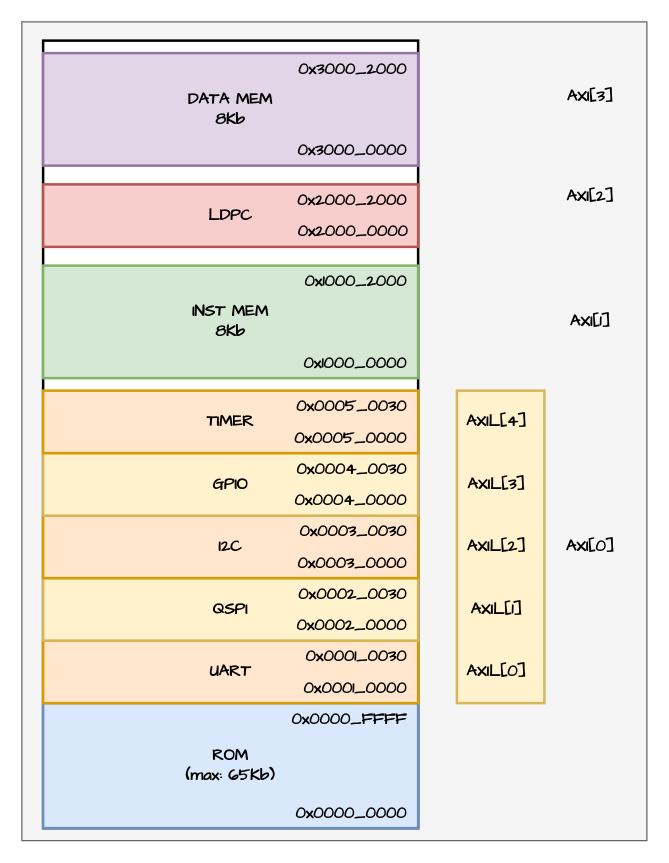
YEDITEPE-Sayisal-Tasarim-Toplulugu/7Yonga keeps this draw.io diagram as page "ADDR_MEMORY_MAP" (10 of 10) of tasarımlar/YONGA-TASARIM.drawio. Above is the earlier version. Source tidied: cells renumbered, new cells numbered last; positions are measured from the earlier drawing's top-left corner, leaving out a move shared by most shapes. Both pictures are drawn from the tidied source at 125%, with x=0, y=0 at pixel (21, 21).
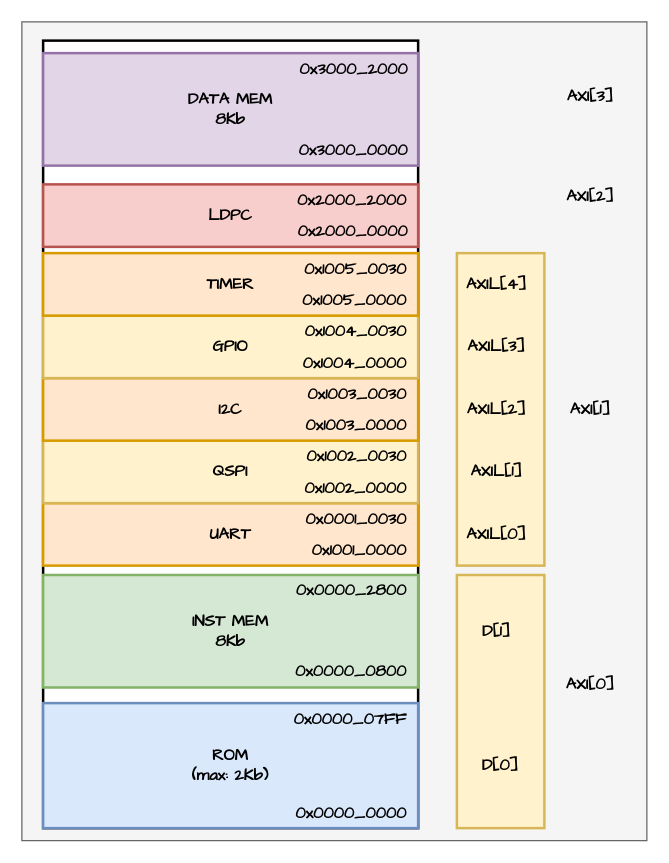
After the change.

Change to the diagram source:
```diff
@@
     <mxCell id="3" style="rounded=0;whiteSpace=wrap;html=1;strokeWidth=2;fontFamily=Comic Sans MS;fontSize=13;fontStyle=1;fillColor=#fff2cc;strokeColor=#d6b656;" parent="1" vertex="1">
-      <mxGeometry x="348" y="295" width="70" height="250" as="geometry" />
+      <mxGeometry x="348" y="185" width="70" height="250" as="geometry" />
     </mxCell>
@@
-    <mxCell id="5" value="ROM&lt;div&gt;(max: 65Kb)&lt;/div&gt;" style="rounded=0;whiteSpace=wrap;html=1;fontFamily=Comic Sans MS;fontSize=13;fontStyle=1;fillColor=#dae8fc;strokeColor=#6c8ebf;strokeWidth=2;" parent="1" vertex="1">
+    <mxCell id="5" value="ROM&lt;div&gt;(max: 2Kb)&lt;/div&gt;" style="rounded=0;whiteSpace=wrap;html=1;fontFamily=Comic Sans MS;fontSize=13;fontStyle=1;fillColor=#dae8fc;strokeColor=#6c8ebf;strokeWidth=2;" parent="1" vertex="1">
       <mxGeometry x="17" y="545" width="300" height="100" as="geometry" />
     </mxCell>
     <mxCell id="6" value="UART" style="rounded=0;whiteSpace=wrap;html=1;fontFamily=Comic Sans MS;fontSize=13;fontStyle=1;fillColor=#ffe6cc;strokeColor=#d79b00;strokeWidth=2;" parent="1" vertex="1">
-      <mxGeometry x="17" y="495" width="300" height="50" as="geometry" />
+      <mxGeometry x="17" y="385" width="300" height="50" as="geometry" />
     </mxCell>
     <mxCell id="7" value="QSPI" style="rounded=0;whiteSpace=wrap;html=1;fontFamily=Comic Sans MS;fontSize=13;fontStyle=1;fillColor=#fff2cc;strokeColor=#d6b656;strokeWidth=2;" parent="1" vertex="1">
-      <mxGeometry x="17" y="445" width="300" height="50" as="geometry" />
+      <mxGeometry x="17" y="335" width="300" height="50" as="geometry" />
     </mxCell>
     <mxCell id="8" value="I2C" style="rounded=0;whiteSpace=wrap;html=1;fontFamily=Comic Sans MS;fontSize=13;fontStyle=1;fillColor=#ffe6cc;strokeColor=#d79b00;strokeWidth=2;" parent="1" vertex="1">
-      <mxGeometry x="17" y="395" width="300" height="50" as="geometry" />
+      <mxGeometry x="17" y="285" width="300" height="50" as="geometry" />
     </mxCell>
     <mxCell id="9" value="GPIO" style="rounded=0;whiteSpace=wrap;html=1;fontFamily=Comic Sans MS;fontSize=13;fontStyle=1;fillColor=#fff2cc;strokeColor=#d6b656;strokeWidth=2;" parent="1" vertex="1">
-      <mxGeometry x="17" y="345" width="300" height="50" as="geometry" />
+      <mxGeometry x="17" y="235" width="300" height="50" as="geometry" />
     </mxCell>
     <mxCell id="10" value="TIMER" style="rounded=0;whiteSpace=wrap;html=1;fontFamily=Comic Sans MS;fontSize=13;fontStyle=1;fillColor=#ffe6cc;strokeColor=#d79b00;strokeWidth=2;" parent="1" vertex="1">
-      <mxGeometry x="17" y="295" width="300" height="50" as="geometry" />
+      <mxGeometry x="17" y="185" width="300" height="50" as="geometry" />
     </mxCell>
     <mxCell id="11" value="INST MEM&lt;div&gt;8Kb&lt;/div&gt;" style="rounded=0;whiteSpace=wrap;html=1;fontFamily=Comic Sans MS;fontSize=13;fontStyle=1;fillColor=#d5e8d4;strokeColor=#82b366;strokeWidth=2;" parent="1" vertex="1">
-      <mxGeometry x="17" y="195" width="300" height="90" as="geometry" />
+      <mxGeometry x="17" y="442.5" width="300" height="90" as="geometry" />
     </mxCell>
@@
     <mxCell id="13" value="0x0000_0000" style="text;html=1;align=right;verticalAlign=middle;whiteSpace=wrap;rounded=0;spacingTop=7;spacingBottom=7;spacingRight=6;fontFamily=Comic Sans MS;fontSize=13;fontStyle=1;strokeWidth=2;" parent="1" vertex="1">
-      <mxGeometry x="234" y="620" width="82" height="25" as="geometry" />
+      <mxGeometry x="212" y="620" width="104" height="25" as="geometry" />
     </mxCell>
-    <mxCell id="14" value="0x0000_FFFF" style="text;html=1;align=right;verticalAlign=middle;whiteSpace=wrap;rounded=0;spacingTop=7;spacingBottom=7;spacingRight=6;fontFamily=Comic Sans MS;fontSize=13;fontStyle=1;strokeWidth=2;" parent="1" vertex="1">
-      <mxGeometry x="234" y="545" width="82" height="25" as="geometry" />
+    <mxCell id="14" value="0x0000_07FF" style="text;html=1;align=right;verticalAlign=middle;whiteSpace=wrap;rounded=0;spacingTop=7;spacingBottom=7;spacingRight=6;fontFamily=Comic Sans MS;fontSize=13;fontStyle=1;strokeWidth=2;" parent="1" vertex="1">
+      <mxGeometry x="212" y="545" width="104" height="25" as="geometry" />
     </mxCell>
-    <mxCell id="15" value="0x0001_0000" style="text;html=1;align=right;verticalAlign=middle;whiteSpace=wrap;rounded=0;spacingTop=7;spacingBottom=7;spacingRight=6;fontFamily=Comic Sans MS;fontSize=13;fontStyle=1;strokeWidth=2;" parent="1" vertex="1">
-      <mxGeometry x="234" y="520" width="82" height="25" as="geometry" />
+    <mxCell id="15" value="0x1001_0000" style="text;html=1;align=right;verticalAlign=middle;whiteSpace=wrap;rounded=0;spacingTop=7;spacingBottom=7;spacingRight=6;fontFamily=Comic Sans MS;fontSize=13;fontStyle=1;strokeWidth=2;" parent="1" vertex="1">
+      <mxGeometry x="212" y="410" width="104" height="25" as="geometry" />
     </mxCell>
     <mxCell id="16" value="0x0001_0030" style="text;html=1;align=right;verticalAlign=middle;whiteSpace=wrap;rounded=0;spacingTop=7;spacingBottom=7;spacingRight=6;fontFamily=Comic Sans MS;fontSize=13;fontStyle=1;strokeWidth=2;" parent="1" vertex="1">
-      <mxGeometry x="234" y="495" width="82" height="25" as="geometry" />
+      <mxGeometry x="212" y="385" width="104" height="25" as="geometry" />
     </mxCell>
-    <mxCell id="17" value="0x0002_0000" style="text;html=1;align=right;verticalAlign=middle;whiteSpace=wrap;rounded=0;spacingTop=7;spacingBottom=7;spacingRight=6;fontFamily=Comic Sans MS;fontSize=13;fontStyle=1;strokeWidth=2;" parent="1" vertex="1">
-      <mxGeometry x="234" y="470" width="82" height="25" as="geometry" />
+    <mxCell id="17" value="0x1002_0000" style="text;html=1;align=right;verticalAlign=middle;whiteSpace=wrap;rounded=0;spacingTop=7;spacingBottom=7;spacingRight=6;fontFamily=Comic Sans MS;fontSize=13;fontStyle=1;strokeWidth=2;" parent="1" vertex="1">
+      <mxGeometry x="212" y="360" width="104" height="25" as="geometry" />
     </mxCell>
-    <mxCell id="18" value="0x0002_0030" style="text;html=1;align=right;verticalAlign=middle;whiteSpace=wrap;rounded=0;spacingTop=7;spacingBottom=7;spacingRight=6;fontFamily=Comic Sans MS;fontSize=13;fontStyle=1;strokeWidth=2;" parent="1" vertex="1">
-      <mxGeometry x="234" y="445" width="82" height="25" as="geometry" />
+    <mxCell id="18" value="0x1002_0030" style="text;html=1;align=right;verticalAlign=middle;whiteSpace=wrap;rounded=0;spacingTop=7;spacingBottom=7;spacingRight=6;fontFamily=Comic Sans MS;fontSize=13;fontStyle=1;strokeWidth=2;" parent="1" vertex="1">
+      <mxGeometry x="212" y="335" width="104" height="25" as="geometry" />
     </mxCell>
-    <mxCell id="19" value="0x0003_0000" style="text;html=1;align=right;verticalAlign=middle;whiteSpace=wrap;rounded=0;spacingTop=7;spacingBottom=7;spacingRight=6;fontFamily=Comic Sans MS;fontSize=13;fontStyle=1;strokeWidth=2;" parent="1" vertex="1">
-      <mxGeometry x="234" y="420" width="82" height="25" as="geometry" />
+    <mxCell id="19" value="0x1003_0000" style="text;html=1;align=right;verticalAlign=middle;whiteSpace=wrap;rounded=0;spacingTop=7;spacingBottom=7;spacingRight=6;fontFamily=Comic Sans MS;fontSize=13;fontStyle=1;strokeWidth=2;" parent="1" vertex="1">
+      <mxGeometry x="212" y="310" width="104" height="25" as="geometry" />
     </mxCell>
-    <mxCell id="20" value="0x0003_0030" style="text;html=1;align=right;verticalAlign=middle;whiteSpace=wrap;rounded=0;spacingTop=7;spacingBottom=7;spacingRight=6;fontFamily=Comic Sans MS;fontSize=13;fontStyle=1;strokeWidth=2;" parent="1" vertex="1">
-      <mxGeometry x="234" y="395" width="82" height="25" as="geometry" />
+    <mxCell id="20" value="0x1003_0030" style="text;html=1;align=right;verticalAlign=middle;whiteSpace=wrap;rounded=0;spacingTop=7;spacingBottom=7;spacingRight=6;fontFamily=Comic Sans MS;fontSize=13;fontStyle=1;strokeWidth=2;" parent="1" vertex="1">
+      <mxGeometry x="212" y="285" width="104" height="25" as="geometry" />
     </mxCell>
-    <mxCell id="21" value="0x0004_0000" style="text;html=1;align=right;verticalAlign=middle;whiteSpace=wrap;rounded=0;spacingTop=7;spacingBottom=7;spacingRight=6;fontFamily=Comic Sans MS;fontSize=13;fontStyle=1;strokeWidth=2;" parent="1" vertex="1">
-      <mxGeometry x="234" y="370" width="82" height="25" as="geometry" />
+    <mxCell id="21" value="0x1004_0000" style="text;html=1;align=right;verticalAlign=middle;whiteSpace=wrap;rounded=0;spacingTop=7;spacingBottom=7;spacingRight=6;fontFamily=Comic Sans MS;fontSize=13;fontStyle=1;strokeWidth=2;" parent="1" vertex="1">
+      <mxGeometry x="212" y="260" width="104" height="25" as="geometry" />
     </mxCell>
-    <mxCell id="22" value="0x0004_0030" style="text;html=1;align=right;verticalAlign=middle;whiteSpace=wrap;rounded=0;spacingTop=7;spacingBottom=7;spacingRight=6;fontFamily=Comic Sans MS;fontSize=13;fontStyle=1;strokeWidth=2;" parent="1" vertex="1">
-      <mxGeometry x="234" y="345" width="82" height="25" as="geometry" />
+    <mxCell id="22" value="0x1004_0030" style="text;html=1;align=right;verticalAlign=middle;whiteSpace=wrap;rounded=0;spacingTop=7;spacingBottom=7;spacingRight=6;fontFamily=Comic Sans MS;fontSize=13;fontStyle=1;strokeWidth=2;" parent="1" vertex="1">
+      <mxGeometry x="212" y="235" width="104" height="25" as="geometry" />
     </mxCell>
-    <mxCell id="23" value="0x0005_0000" style="text;html=1;align=right;verticalAlign=middle;whiteSpace=wrap;rounded=0;spacingTop=7;spacingBottom=7;spacingRight=6;fontFamily=Comic Sans MS;fontSize=13;fontStyle=1;strokeWidth=2;" parent="1" vertex="1">
-      <mxGeometry x="234" y="320" width="82" height="25" as="geometry" />
+    <mxCell id="23" value="0x1005_0000" style="text;html=1;align=right;verticalAlign=middle;whiteSpace=wrap;rounded=0;spacingTop=7;spacingBottom=7;spacingRight=6;fontFamily=Comic Sans MS;fontSize=13;fontStyle=1;strokeWidth=2;" parent="1" vertex="1">
+      <mxGeometry x="212" y="210" width="104" height="25" as="geometry" />
     </mxCell>
-    <mxCell id="24" value="0x0005_0030" style="text;html=1;align=right;verticalAlign=middle;whiteSpace=wrap;rounded=0;spacingTop=7;spacingBottom=7;spacingRight=6;fontFamily=Comic Sans MS;fontSize=13;fontStyle=1;strokeWidth=2;" parent="1" vertex="1">
-      <mxGeometry x="234" y="295" width="82" height="25" as="geometry" />
+    <mxCell id="24" value="0x1005_0030" style="text;html=1;align=right;verticalAlign=middle;whiteSpace=wrap;rounded=0;spacingTop=7;spacingBottom=7;spacingRight=6;fontFamily=Comic Sans MS;fontSize=13;fontStyle=1;strokeWidth=2;" parent="1" vertex="1">
+      <mxGeometry x="212" y="185" width="104" height="25" as="geometry" />
     </mxCell>
-    <mxCell id="25" value="0x1000_0000" style="text;html=1;align=right;verticalAlign=middle;whiteSpace=wrap;rounded=0;spacingTop=7;spacingBottom=7;spacingRight=6;fontFamily=Comic Sans MS;fontSize=13;fontStyle=1;strokeWidth=2;" parent="1" vertex="1">
-      <mxGeometry x="234" y="260" width="82" height="25" as="geometry" />
+    <mxCell id="25" value="0x0000_0800" style="text;html=1;align=right;verticalAlign=middle;whiteSpace=wrap;rounded=0;spacingTop=7;spacingBottom=7;spacingRight=6;fontFamily=Comic Sans MS;fontSize=13;fontStyle=1;strokeWidth=2;" parent="1" vertex="1">
+      <mxGeometry x="212" y="507.5" width="104" height="25" as="geometry" />
     </mxCell>
-    <mxCell id="26" value="0x1000_2000" style="text;html=1;align=right;verticalAlign=middle;whiteSpace=wrap;rounded=0;spacingTop=7;spacingBottom=7;spacingRight=6;fontFamily=Comic Sans MS;fontSize=13;fontStyle=1;strokeWidth=2;" parent="1" vertex="1">
-      <mxGeometry x="234" y="195" width="82" height="25" as="geometry" />
+    <mxCell id="26" value="0x0000_2800" style="text;html=1;align=right;verticalAlign=middle;whiteSpace=wrap;rounded=0;spacingTop=7;spacingBottom=7;spacingRight=6;fontFamily=Comic Sans MS;fontSize=13;fontStyle=1;strokeWidth=2;" parent="1" vertex="1">
+      <mxGeometry x="212" y="442.5" width="104" height="25" as="geometry" />
     </mxCell>
     <mxCell id="27" value="0x3000_0000" style="text;html=1;align=right;verticalAlign=middle;whiteSpace=wrap;rounded=0;spacingTop=7;spacingBottom=7;spacingRight=6;fontFamily=Comic Sans MS;fontSize=13;fontStyle=1;strokeWidth=2;" parent="1" vertex="1">
-      <mxGeometry x="234" y="90" width="82" height="25" as="geometry" />
+      <mxGeometry x="213" y="90" width="104" height="25" as="geometry" />
     </mxCell>
     <mxCell id="28" value="0x3000_2000" style="text;html=1;align=right;verticalAlign=middle;whiteSpace=wrap;rounded=0;spacingTop=7;spacingBottom=7;spacingRight=6;fontFamily=Comic Sans MS;fontSize=13;fontStyle=1;strokeWidth=2;" parent="1" vertex="1">
-      <mxGeometry x="234" y="25" width="82" height="25" as="geometry" />
+      <mxGeometry x="213" y="25" width="104" height="25" as="geometry" />
     </mxCell>
@@
     <mxCell id="30" value="0x2000_0000" style="text;html=1;align=right;verticalAlign=middle;whiteSpace=wrap;rounded=0;spacingTop=7;spacingBottom=7;spacingRight=6;fontFamily=Comic Sans MS;fontSize=13;fontStyle=1;strokeWidth=2;" parent="1" vertex="1">
-      <mxGeometry x="235" y="155" width="82" height="25" as="geometry" />
+      <mxGeometry x="213" y="155" width="104" height="25" as="geometry" />
     </mxCell>
     <mxCell id="31" value="0x2000_2000" style="text;html=1;align=right;verticalAlign=middle;whiteSpace=wrap;rounded=0;spacingTop=7;spacingBottom=7;spacingRight=6;fontFamily=Comic Sans MS;fontSize=13;fontStyle=1;strokeWidth=2;" parent="1" vertex="1">
-      <mxGeometry x="234" y="130" width="82" height="25" as="geometry" />
+      <mxGeometry x="212" y="130" width="104" height="25" as="geometry" />
     </mxCell>
     <mxCell id="32" value="AXIL[4]" style="text;html=1;align=center;verticalAlign=middle;whiteSpace=wrap;rounded=0;strokeWidth=2;fontFamily=Comic Sans MS;fontSize=13;fontStyle=1;" parent="1" vertex="1">
-      <mxGeometry x="350" y="305" width="60" height="30" as="geometry" />
+      <mxGeometry x="350" y="195" width="60" height="30" as="geometry" />
     </mxCell>
     <mxCell id="33" value="AXIL[0]" style="text;html=1;align=center;verticalAlign=middle;whiteSpace=wrap;rounded=0;strokeWidth=2;fontFamily=Comic Sans MS;fontSize=13;fontStyle=1;" parent="1" vertex="1">
-      <mxGeometry x="350" y="505" width="60" height="30" as="geometry" />
+      <mxGeometry x="350" y="395" width="60" height="30" as="geometry" />
     </mxCell>
     <mxCell id="34" value="AXIL[1]" style="text;html=1;align=center;verticalAlign=middle;whiteSpace=wrap;rounded=0;strokeWidth=2;fontFamily=Comic Sans MS;fontSize=13;fontStyle=1;" parent="1" vertex="1">
-      <mxGeometry x="350" y="455" width="60" height="30" as="geometry" />
+      <mxGeometry x="350" y="345" width="60" height="30" as="geometry" />
     </mxCell>
     <mxCell id="35" value="AXIL[2]" style="text;html=1;align=center;verticalAlign=middle;whiteSpace=wrap;rounded=0;strokeWidth=2;fontFamily=Comic Sans MS;fontSize=13;fontStyle=1;" parent="1" vertex="1">
-      <mxGeometry x="350" y="405" width="60" height="30" as="geometry" />
+      <mxGeometry x="350" y="295" width="60" height="30" as="geometry" />
     </mxCell>
     <mxCell id="36" value="AXIL[3]" style="text;html=1;align=center;verticalAlign=middle;whiteSpace=wrap;rounded=0;strokeWidth=2;fontFamily=Comic Sans MS;fontSize=13;fontStyle=1;" parent="1" vertex="1">
-      <mxGeometry x="350" y="355" width="60" height="30" as="geometry" />
+      <mxGeometry x="350" y="245" width="60" height="30" as="geometry" />
     </mxCell>
     <mxCell id="37" value="AXI[0]" style="text;html=1;align=center;verticalAlign=middle;whiteSpace=wrap;rounded=0;strokeWidth=2;fontFamily=Comic Sans MS;fontSize=13;fontStyle=1;" parent="1" vertex="1">
-      <mxGeometry x="425" y="405" width="60" height="30" as="geometry" />
+      <mxGeometry x="425" y="515" width="60" height="30" as="geometry" />
     </mxCell>
     <mxCell id="38" value="AXI[1]" style="text;html=1;align=center;verticalAlign=middle;whiteSpace=wrap;rounded=0;strokeWidth=2;fontFamily=Comic Sans MS;fontSize=13;fontStyle=1;" parent="1" vertex="1">
-      <mxGeometry x="425" y="225" width="60" height="30" as="geometry" />
+      <mxGeometry x="425" y="295" width="60" height="30" as="geometry" />
     </mxCell>
@@
+    <mxCell id="41" style="rounded=0;whiteSpace=wrap;html=1;strokeWidth=2;fontFamily=Comic Sans MS;fontSize=13;fontStyle=1;fillColor=#fff2cc;strokeColor=#d6b656;" parent="1" vertex="1">
+      <mxGeometry x="348" y="442.5" width="70" height="202.5" as="geometry" />
+    </mxCell>
+    <mxCell id="42" value="D[0]" style="text;html=1;align=center;verticalAlign=middle;whiteSpace=wrap;rounded=0;strokeWidth=2;fontFamily=Comic Sans MS;fontSize=13;fontStyle=1;" parent="1" vertex="1">
+      <mxGeometry x="353" y="580" width="60" height="30" as="geometry" />
+    </mxCell>
+    <mxCell id="43" value="D[1]" style="text;html=1;align=center;verticalAlign=middle;whiteSpace=wrap;rounded=0;strokeWidth=2;fontFamily=Comic Sans MS;fontSize=13;fontStyle=1;" parent="1" vertex="1">
+      <mxGeometry x="350" y="472.5" width="60" height="30" as="geometry" />
+    </mxCell>
```
